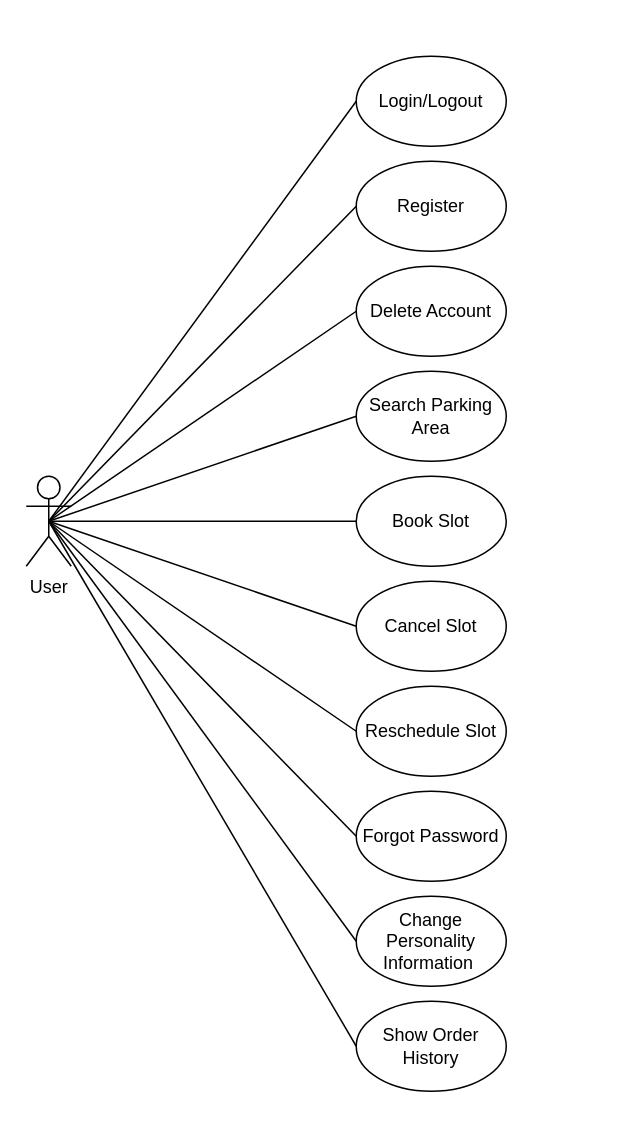
Before: Use Case Diagram for user.drawio in dhavanikgithub/Capstone-Project1, a draw.io diagram. Source tidied: cells renumbered, new cells numbered last; positions are measured from the earlier drawing's top-left corner, leaving out a move shared by most shapes. Both pictures are drawn from the tidied source at 150%, with x=0, y=0 at pixel (26, 56).
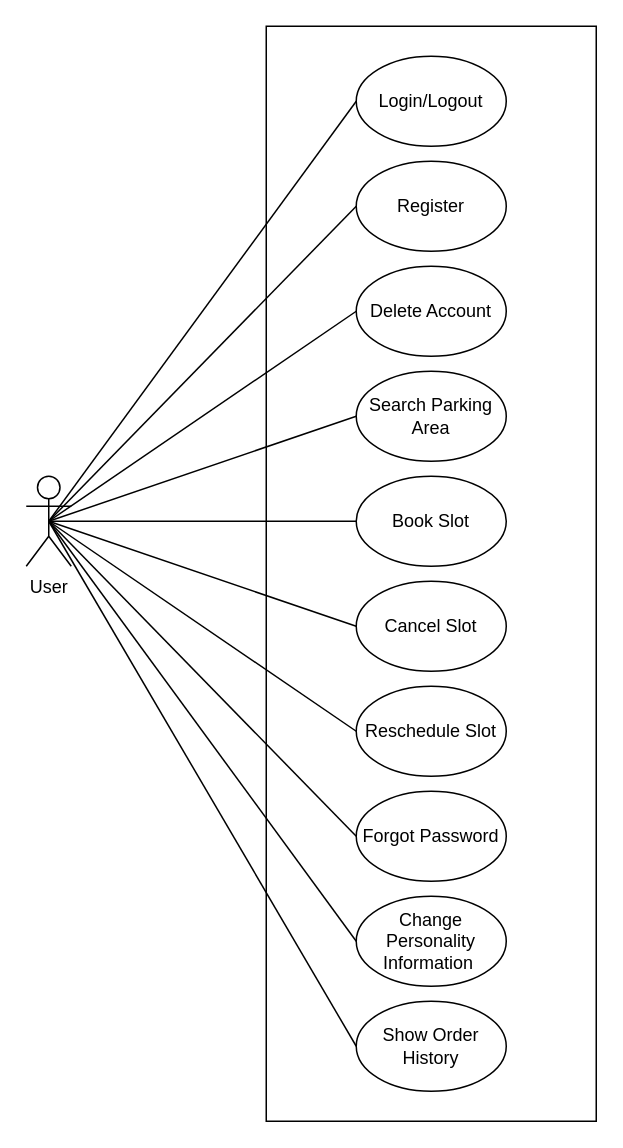
The same diagram, later.

Diff of the diagram source:
```diff
@@
+    <mxCell id="23" style="verticalLabelPosition=bottom;verticalAlign=top;html=1;shape=mxgraph.basic.rect;fillColor2=none;strokeWidth=1;size=20;indent=5;fillColor=none;" parent="1" vertex="1">
+      <mxGeometry x="160" y="-20" width="220" height="730" as="geometry" />
+    </mxCell>
```
